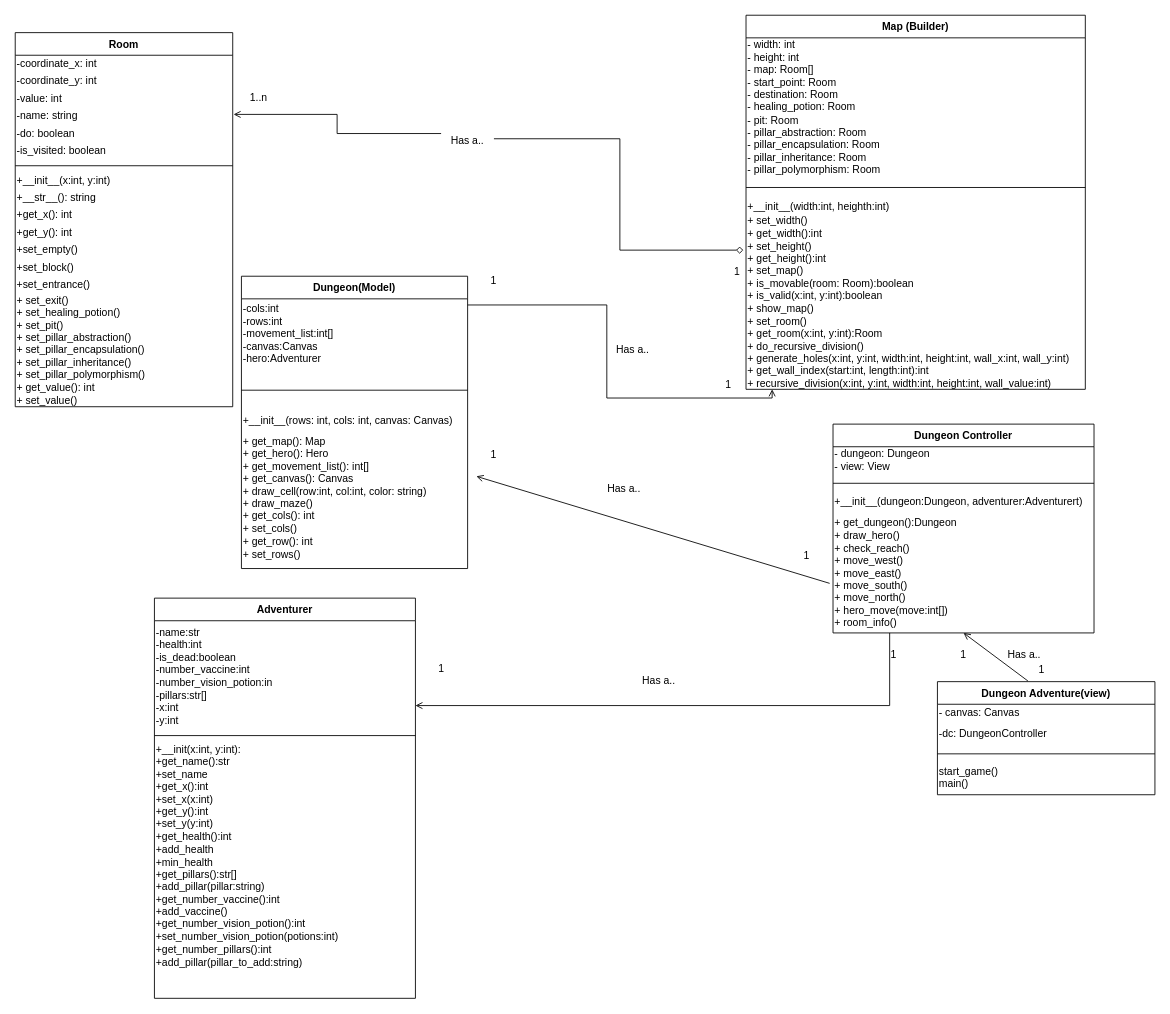
This is wang_hung_weinberg_uml.drawio from michaelweinberg/assignment5, a draw.io file, before an edit. Source tidied: cells renumbered, new cells numbered last; positions are measured from the earlier drawing's top-left corner, leaving out a move shared by most shapes. Both pictures are drawn from the tidied source at 87%, with x=0, y=0 at pixel (15, 15).
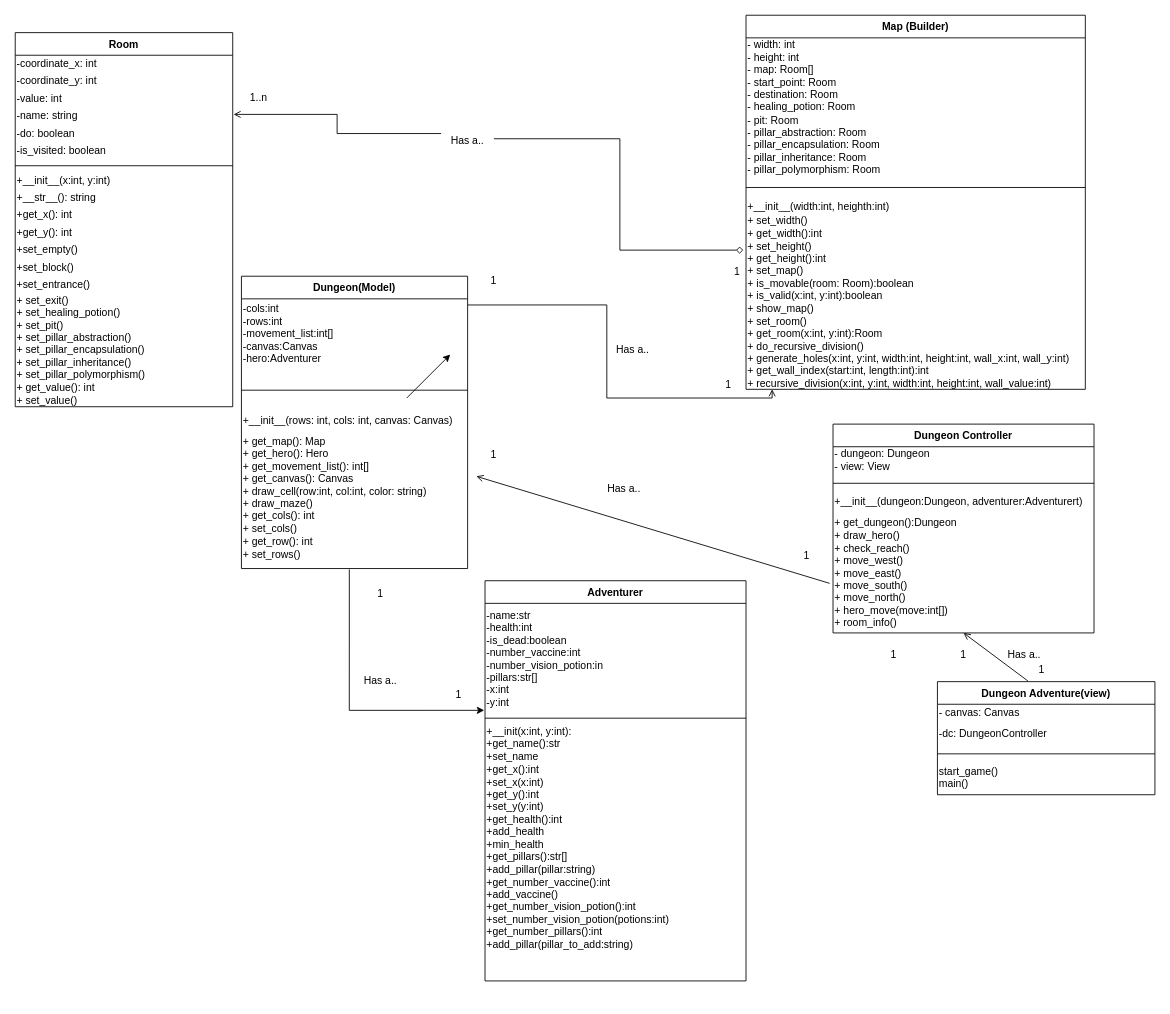
The same page after the edit.

The change refers to these unchanged cells:
```xml
<mxCell id="32" value="+ get_map(): Map&lt;br&gt;+ get_hero(): Hero&lt;br&gt;+ get_movement_list(): int[]&lt;br&gt;+ get_canvas(): Canvas&lt;br&gt;+ draw_cell(row:int, col:int, color: string)&lt;br&gt;+ draw_maze()&lt;br&gt;+ get_cols(): int&lt;br&gt;+ set_cols()&lt;br&gt;+ get_row(): int&lt;br&gt;+ set_rows()" style="text;whiteSpace=wrap;html=1;" parent="28" vertex="1">
  <mxGeometry y="176" width="260" height="160" as="geometry" />
</mxCell>
<mxCell id="38" value="+ get_dungeon():Dungeon&lt;br&gt;+ draw_hero()&lt;br&gt;+ check_reach()&lt;br&gt;+ move_west()&lt;br&gt;+ move_east()&lt;br&gt;+ move_south()&lt;br&gt;+ move_north()&lt;br&gt;+ hero_move(move:int[])&lt;br&gt;+ room_info()" style="text;whiteSpace=wrap;html=1;" parent="34" vertex="1">
  <mxGeometry y="100" width="300" height="140" as="geometry" />
</mxCell>
<mxCell id="42" value="-name:str&#10;-health:int&#10;-is_dead:boolean&#10;-number_vaccine:int&#10;-number_vision_potion:in&#10;-pillars:str[]&#10;-x:int&#10;-y:int" style="text;whiteSpace=wrap;html=1;" parent="41" vertex="1">
  <mxGeometry y="26" width="300" height="130" as="geometry" />
</mxCell>
```

What changed in the source:
```diff
@@
     <mxCell id="41" value="Adventurer" style="swimlane;fontStyle=1;align=center;verticalAlign=top;horizontal=1;startSize=26;" parent="1" vertex="1">
-      <mxGeometry x="160" y="670" width="300" height="460" as="geometry" />
+      <mxGeometry x="540" y="650" width="300" height="460" as="geometry" />
     </mxCell>
@@
-    <mxCell id="46" style="endArrow=open;html=1;rounded=0;exitX=0.217;exitY=1;exitDx=0;exitDy=0;exitPerimeter=0;endFill=0;edgeStyle=orthogonalEdgeStyle;entryX=1;entryY=0.75;entryDx=0;entryDy=0;" parent="1" edge="1" source="38" target="42">
-      <mxGeometry relative="1" as="geometry" />
-    </mxCell>
@@
     <mxCell id="57" value="1" style="text;html=1;strokeColor=none;fillColor=none;align=center;verticalAlign=middle;whiteSpace=wrap;rounded=0;" parent="1" vertex="1">
-      <mxGeometry x="460" y="736" width="60" height="30" as="geometry" />
+      <mxGeometry x="480" y="766" width="60" height="30" as="geometry" />
     </mxCell>
@@
-    <mxCell id="59" value="Has a.." style="text;html=1;strokeColor=none;fillColor=none;align=center;verticalAlign=middle;whiteSpace=wrap;rounded=0;" parent="1" vertex="1">
-      <mxGeometry x="710" y="750" width="60" height="30" as="geometry" />
-    </mxCell>
@@
+    <mxCell id="63" style="endArrow=classic;html=1;rounded=0;" parent="1" edge="1">
+      <mxGeometry relative="1" as="geometry">
+        <mxPoint x="450" y="440" as="sourcePoint" />
+        <mxPoint x="500" y="390" as="targetPoint" />
+      </mxGeometry>
+    </mxCell>
+    <mxCell id="64" style="endArrow=classic;html=1;rounded=0;exitX=0.477;exitY=1.006;exitDx=0;exitDy=0;exitPerimeter=0;entryX=-0.003;entryY=0.946;entryDx=0;entryDy=0;entryPerimeter=0;edgeStyle=orthogonalEdgeStyle;" parent="1" edge="1" source="32" target="42">
+      <mxGeometry relative="1" as="geometry" />
+    </mxCell>
+    <mxCell id="65" value="1" style="text;html=1;strokeColor=none;fillColor=none;align=center;verticalAlign=middle;whiteSpace=wrap;rounded=0;" parent="1" vertex="1">
+      <mxGeometry x="390" y="650" width="60" height="30" as="geometry" />
+    </mxCell>
+    <mxCell id="59" value="Has a.." style="text;html=1;strokeColor=none;fillColor=none;align=center;verticalAlign=middle;whiteSpace=wrap;rounded=0;" parent="1" vertex="1">
+      <mxGeometry x="390" y="750" width="60" height="30" as="geometry" />
+    </mxCell>
```
